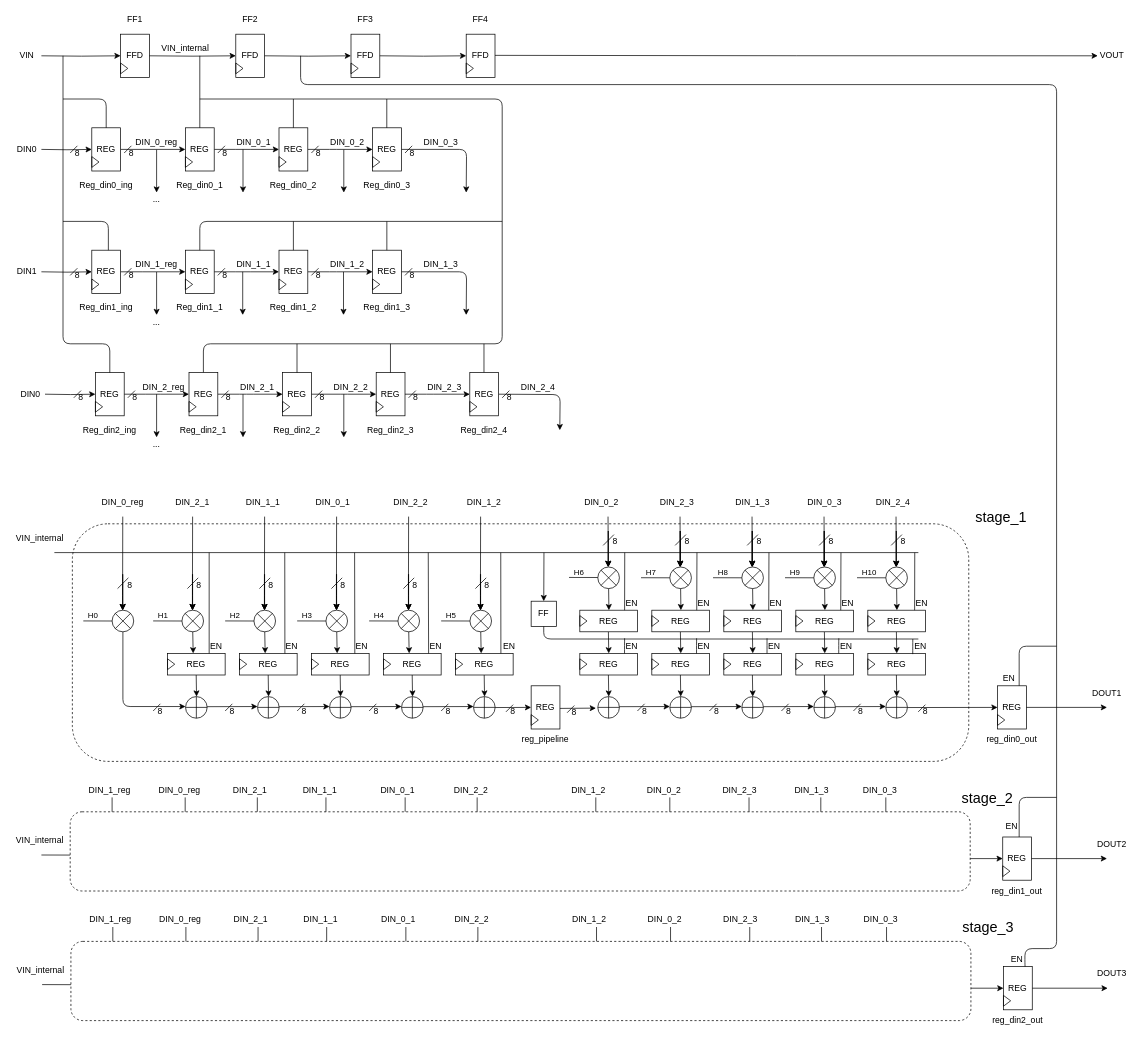
This is report/schematic/FIR_unfolding_schem.drawio from lorenzocarrano/ISA_2021_Group21_Labs, a draw.io file, before an edit. Source tidied: cells renumbered, new cells numbered last; positions are measured from the earlier drawing's top-left corner, leaving out a move shared by most shapes. Both pictures are drawn from the tidied source at 72%, with x=0, y=0 at pixel (12, 12).
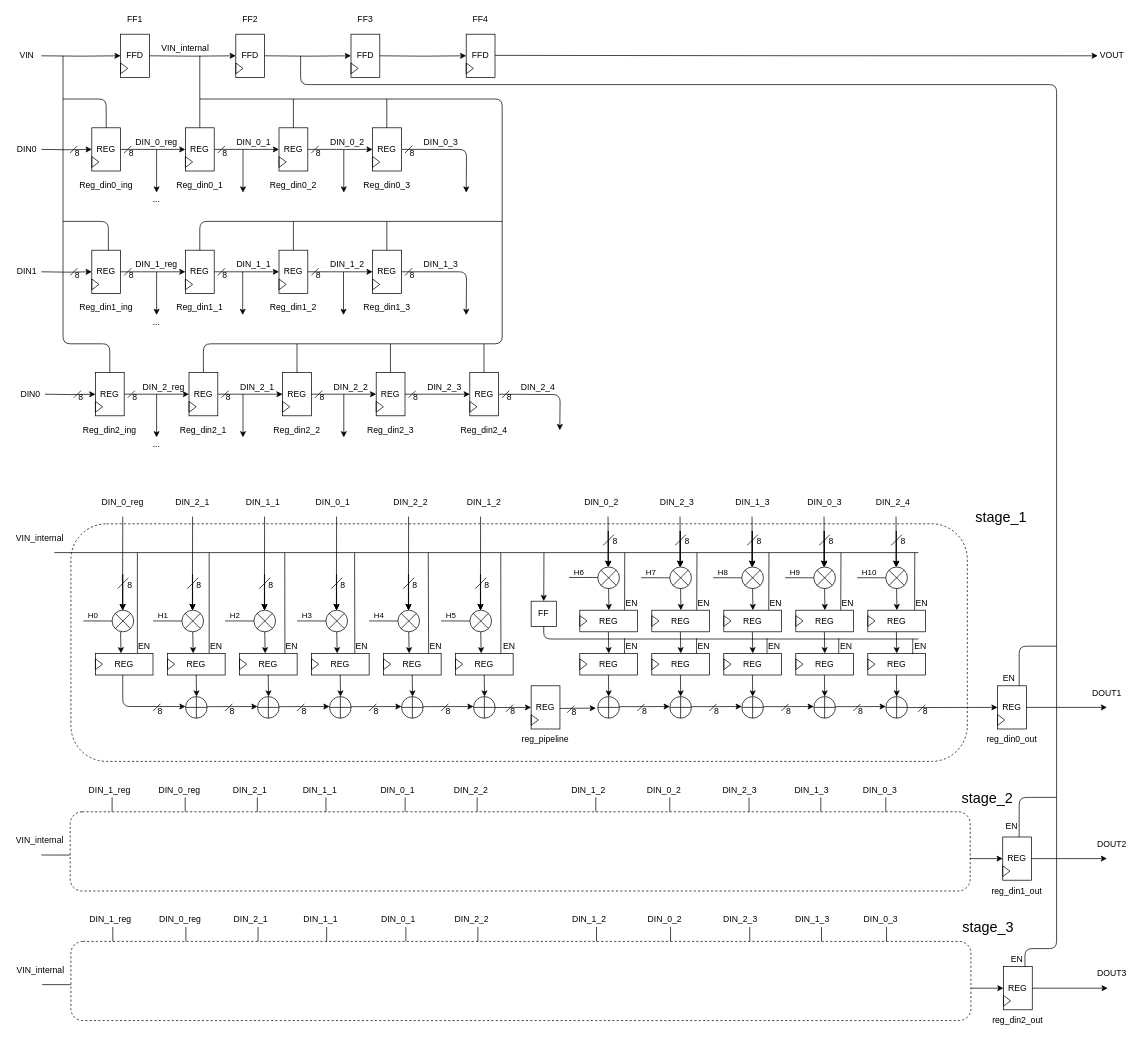
The same page after the edit.

The change refers to these unchanged cells:
```xml
<mxCell id="183" style="verticalLabelPosition=bottom;verticalAlign=top;html=1;shape=mxgraph.flowchart.or;" parent="1" vertex="1">
  <mxGeometry x="138.2" y="830" width="30" height="30" as="geometry" />
</mxCell>
```

What changed in the source:
```diff
@@
     <mxCell id="2" style="rounded=1;whiteSpace=wrap;html=1;dashed=1;fillColor=none;" parent="1" vertex="1">
-      <mxGeometry x="83" y="710" width="1245" height="330" as="geometry" />
+      <mxGeometry x="81" y="710" width="1245" height="330" as="geometry" />
     </mxCell>
@@
-    <mxCell id="177" style="endArrow=classic;html=1;elbow=vertical;entryX=0;entryY=0.5;entryDx=0;entryDy=0;entryPerimeter=0;exitX=0.5;exitY=1;exitDx=0;exitDy=0;exitPerimeter=0;edgeStyle=orthogonalEdgeStyle;" parent="1" edge="1" source="183">
+    <mxCell id="177" style="endArrow=classic;html=1;elbow=vertical;entryX=0;entryY=0.5;entryDx=0;entryDy=0;entryPerimeter=0;edgeStyle=orthogonalEdgeStyle;" parent="1" edge="1">
       <mxGeometry relative="1" as="geometry">
+        <mxPoint x="153" y="920" as="sourcePoint" />
         <mxPoint x="240.2" y="963.8" as="targetPoint" />
         <Array as="points">
           <mxPoint x="153.2" y="964" />
         </Array>
       </mxGeometry>
     </mxCell>
@@
+    <mxCell id="501" style="endArrow=classic;html=1;exitX=0.5;exitY=1;exitDx=0;exitDy=0;exitPerimeter=0;" parent="1" edge="1">
+      <mxGeometry relative="1" as="geometry">
+        <mxPoint x="150" y="860" as="sourcePoint" />
+        <mxPoint x="150.5" y="890" as="targetPoint" />
+      </mxGeometry>
+    </mxCell>
+    <mxCell id="502" value="REG" style="rounded=0;whiteSpace=wrap;html=1;" parent="1" vertex="1">
+      <mxGeometry x="115" y="890" width="80" height="30" as="geometry" />
+    </mxCell>
+    <mxCell id="503" style="triangle;whiteSpace=wrap;html=1;fillColor=none;" parent="1" vertex="1">
+      <mxGeometry x="115" y="897.5" width="10" height="15" as="geometry" />
+    </mxCell>
+    <mxCell id="504" style="endArrow=none;html=1;" parent="1" edge="1">
+      <mxGeometry relative="1" as="geometry">
+        <mxPoint x="173.3" y="890" as="sourcePoint" />
+        <mxPoint x="173.3" y="750" as="targetPoint" />
+      </mxGeometry>
+    </mxCell>
+    <mxCell id="505" value="EN" style="text;html=1;strokeColor=none;fillColor=none;align=center;verticalAlign=middle;whiteSpace=wrap;rounded=0;dashed=1;" parent="1" vertex="1">
+      <mxGeometry x="173" y="870" width="20" height="20" as="geometry" />
+    </mxCell>
```
